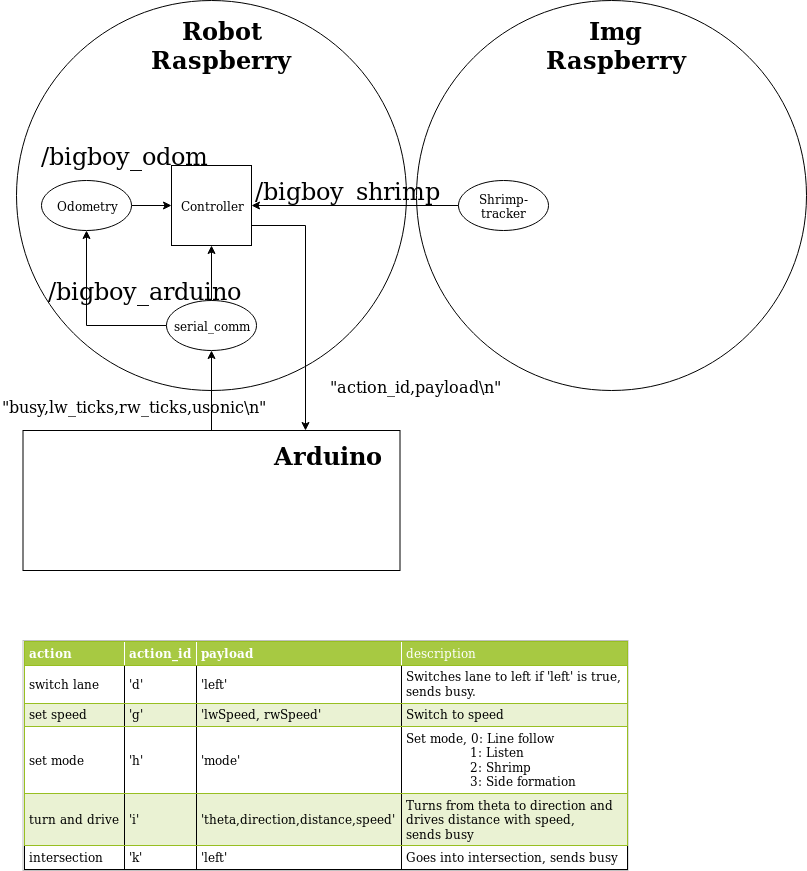
Before: project/overview.png, a diagram exported from draw.io (Anguse/deis-labs). Source tidied: cells renumbered, new cells last; positions are measured from the earlier drawing's top-left corner, leaving out a move shared by most shapes.
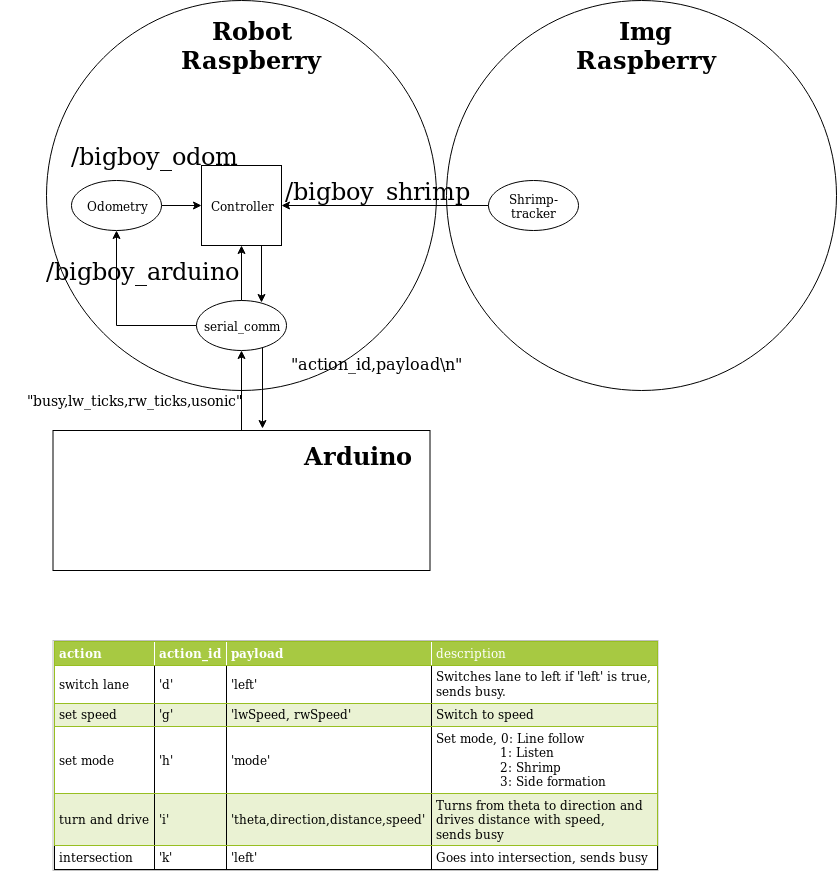
The same diagram one commit later.

What changed in the source:
```diff
@@ -8,7 +8,7 @@
     <mxCell id="3" style="ellipse;whiteSpace=wrap;html=1;align=left;" parent="1" vertex="1">
       <mxGeometry x="16" width="390" height="390" as="geometry" />
     </mxCell>
-    <mxCell id="4" style="edgeStyle=orthogonalEdgeStyle;rounded=0;jettySize=auto;html=1;exitX=1;exitY=0.75;exitDx=0;exitDy=0;entryX=0.75;entryY=0;entryDx=0;entryDy=0;fontSize=24;" parent="1" edge="1" source="5" target="19">
+    <mxCell id="4" style="edgeStyle=orthogonalEdgeStyle;rounded=0;jettySize=auto;html=1;exitX=0.75;exitY=1;exitDx=0;exitDy=0;entryX=0.722;entryY=0.04;entryDx=0;entryDy=0;fontSize=24;entryPerimeter=0;" parent="1" edge="1" source="5" target="7">
       <mxGeometry relative="1" as="geometry" />
     </mxCell>
     <mxCell id="5" value="Controller" style="whiteSpace=wrap;html=1;" parent="1" vertex="1">
@@ -45,7 +45,7 @@
       <mxGeometry x="326.5" y="180" width="40" height="20" as="geometry" />
     </mxCell>
     <mxCell id="16" value="&lt;div&gt;/bigboy_arduino&lt;/div&gt;" style="text;html=1;strokeColor=none;fillColor=none;align=center;verticalAlign=middle;whiteSpace=wrap;rounded=0;fontSize=24;" parent="1" vertex="1">
-      <mxGeometry x="123.5" y="280" width="40" height="20" as="geometry" />
+      <mxGeometry x="91" y="260" width="40" height="20" as="geometry" />
     </mxCell>
     <mxCell id="17" value="&lt;div&gt;/bigboy_odom&lt;/div&gt;" style="text;html=1;strokeColor=none;fillColor=none;align=center;verticalAlign=middle;whiteSpace=wrap;rounded=0;fontSize=24;" parent="1" vertex="1">
       <mxGeometry x="103.5" y="145" width="40" height="20" as="geometry" />
@@ -59,14 +59,19 @@
     <mxCell id="20" value="Arduino" style="text;html=1;strokeColor=none;fillColor=none;align=center;verticalAlign=middle;whiteSpace=wrap;rounded=0;fontSize=24;fontStyle=1;" parent="1" vertex="1">
       <mxGeometry x="269" y="440" width="115" height="30" as="geometry" />
     </mxCell>
-    <mxCell id="21" value="&lt;div&gt;&lt;font style=&quot;font-size: 16px&quot;&gt;&quot;busy,lw_ticks,rw_ticks,usonic\n&quot;&lt;/font&gt;&lt;/div&gt;" style="text;html=1;strokeColor=none;fillColor=none;align=center;verticalAlign=middle;whiteSpace=wrap;rounded=0;fontSize=24;" parent="1" vertex="1">
-      <mxGeometry y="393" width="266" height="20" as="geometry" />
+    <mxCell id="21" value="&lt;div style=&quot;font-size: 14px&quot;&gt;&lt;font style=&quot;font-size: 14px&quot;&gt;&quot;busy,lw_ticks,rw_ticks,usonic&quot;&lt;/font&gt;&lt;/div&gt;" style="text;html=1;strokeColor=none;fillColor=none;align=center;verticalAlign=middle;whiteSpace=wrap;rounded=0;fontSize=14;" parent="1" vertex="1">
+      <mxGeometry x="-29.5" y="390" width="266" height="20" as="geometry" />
     </mxCell>
     <mxCell id="22" value="&lt;div&gt;&lt;font style=&quot;font-size: 16px&quot;&gt;&quot;action_id,payload\n&quot;&lt;br&gt;&lt;/font&gt;&lt;/div&gt;" style="text;html=1;strokeColor=none;fillColor=none;align=center;verticalAlign=middle;whiteSpace=wrap;rounded=0;fontSize=24;" parent="1" vertex="1">
-      <mxGeometry x="282" y="373" width="266" height="20" as="geometry" />
+      <mxGeometry x="213.5" y="350" width="266" height="20" as="geometry" />
     </mxCell>
     <mxCell id="23" value="&lt;table style=&quot;width: 100% ; height: 100% ; border-collapse: collapse&quot; width=&quot;100%&quot; cellpadding=&quot;4&quot; border=&quot;1&quot;&gt;&lt;tbody&gt;&lt;tr style=&quot;background-color: #a7c942 ; color: #ffffff ; border: 1px solid #98bf21&quot;&gt;&lt;th align=&quot;left&quot;&gt;action&lt;/th&gt;&lt;th align=&quot;left&quot;&gt;action_id&lt;/th&gt;&lt;th align=&quot;left&quot;&gt;payload&lt;/th&gt;&lt;td&gt;description&lt;br&gt;&lt;/td&gt;&lt;/tr&gt;&lt;tr style=&quot;border: 1px solid #98bf21&quot;&gt;&lt;td&gt;switch lane&lt;br&gt;&lt;/td&gt;&lt;td&gt;'d'&lt;/td&gt;&lt;td&gt;'left'&lt;br&gt;&lt;/td&gt;&lt;td&gt;Switches lane to left if 'left' is true,&lt;br&gt;sends busy.&lt;br&gt;&lt;/td&gt;&lt;/tr&gt;&lt;tr style=&quot;background-color: #eaf2d3 ; border: 1px solid #98bf21&quot;&gt;&lt;td&gt;set speed&lt;br&gt;&lt;/td&gt;&lt;td&gt;'g'&lt;/td&gt;&lt;td&gt;'lwSpeed, rwSpeed'&lt;br&gt;&lt;/td&gt;&lt;td&gt;Switch to speed&lt;br&gt;&lt;/td&gt;&lt;/tr&gt;&lt;tr style=&quot;border: 1px solid #98bf21&quot;&gt;&lt;td&gt;set mode&lt;br&gt;&lt;/td&gt;&lt;td&gt;'h'&lt;/td&gt;&lt;td&gt;'mode'&lt;/td&gt;&lt;td&gt;Set mode, 0: Line follow&lt;br&gt;&amp;nbsp;&amp;nbsp;&amp;nbsp;&amp;nbsp;&amp;nbsp;&amp;nbsp;&amp;nbsp;&amp;nbsp;&amp;nbsp;&amp;nbsp;&amp;nbsp;&amp;nbsp;&amp;nbsp;&amp;nbsp;&amp;nbsp; 1: Listen&lt;br&gt;&amp;nbsp;&amp;nbsp;&amp;nbsp;&amp;nbsp;&amp;nbsp;&amp;nbsp;&amp;nbsp;&amp;nbsp;&amp;nbsp;&amp;nbsp;&amp;nbsp;&amp;nbsp;&amp;nbsp;&amp;nbsp;&amp;nbsp; 2: Shrimp&lt;br&gt;&amp;nbsp;&amp;nbsp;&amp;nbsp;&amp;nbsp;&amp;nbsp;&amp;nbsp;&amp;nbsp;&amp;nbsp;&amp;nbsp;&amp;nbsp;&amp;nbsp;&amp;nbsp;&amp;nbsp;&amp;nbsp;&amp;nbsp; 3: Side formation&lt;br&gt;&lt;/td&gt;&lt;/tr&gt;&lt;tr style=&quot;background-color: #eaf2d3 ; border: 1px solid #98bf21&quot;&gt;&lt;td&gt;turn and drive&lt;br&gt;&lt;/td&gt;&lt;td&gt;'i'&lt;/td&gt;&lt;td&gt;'theta,direction,distance,speed'&lt;br&gt;&lt;/td&gt;&lt;td&gt;Turns from theta to direction and&lt;br&gt;drives distance with speed,&lt;br&gt;sends busy&lt;br&gt;&lt;/td&gt;&lt;/tr&gt;&lt;tr&gt;&lt;td&gt;intersection&lt;br&gt;&lt;/td&gt;&lt;td&gt;'k'&lt;br&gt;&lt;/td&gt;&lt;td&gt;'left'&lt;br&gt;&lt;/td&gt;&lt;td&gt;Goes into intersection, sends busy&lt;br&gt;&lt;/td&gt;&lt;/tr&gt;&lt;/tbody&gt;&lt;/table&gt;" style="text;html=1;strokeColor=#c0c0c0;fillColor=#ffffff;overflow=fill;rounded=0;" parent="1" vertex="1">
       <mxGeometry x="22.5" y="640" width="605" height="230" as="geometry" />
     </mxCell>
+    <mxCell id="24" style="edgeStyle=orthogonalEdgeStyle;rounded=0;jettySize=auto;html=1;entryX=0.733;entryY=0.94;entryDx=0;entryDy=0;fontSize=24;entryPerimeter=0;exitX=0.733;exitY=0.94;exitDx=0;exitDy=0;exitPerimeter=0;" parent="1" edge="1" source="7">
+      <mxGeometry relative="1" as="geometry">
+        <mxPoint x="232" y="428" as="targetPoint" />
+      </mxGeometry>
+    </mxCell>
   </root>
 </mxGraphModel>
```
